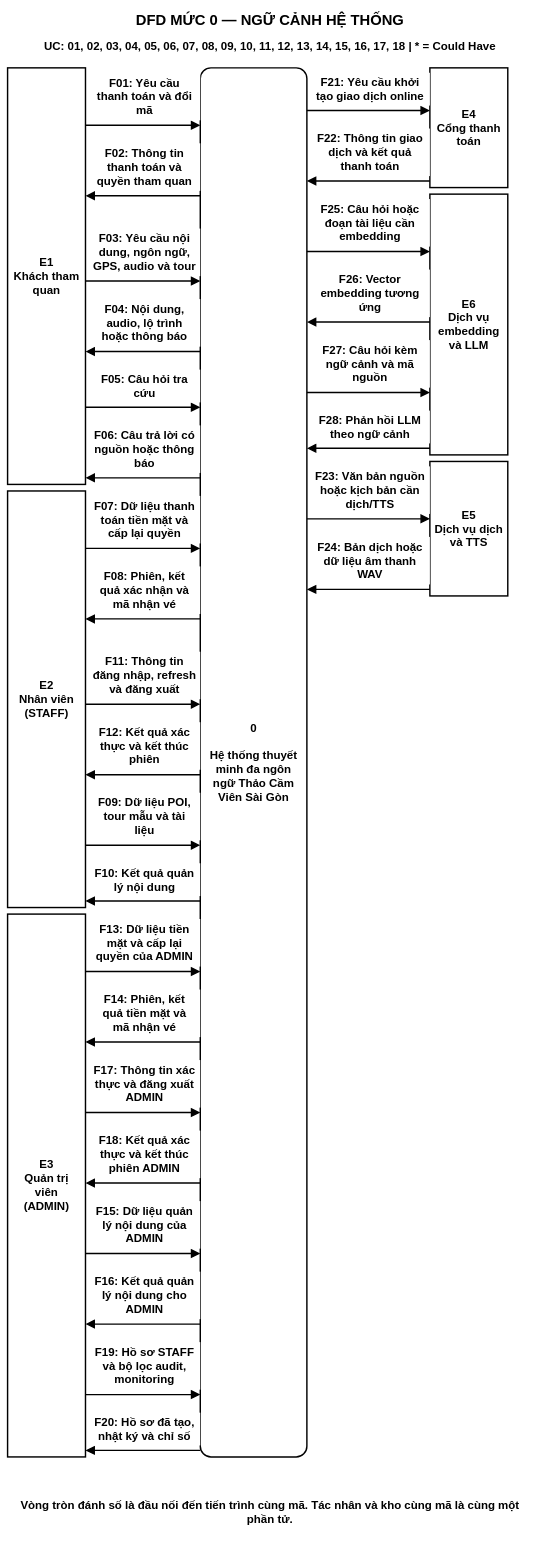
The draw.io diagram docs/diagram/dfd/DFD_Level_0_Context.drawio in Kazuken123/prj_sgu26_cnpm, before the edit. Source tidied: cells renumbered, new cells numbered last; positions are measured from the earlier drawing's top-left corner, leaving out a move shared by most shapes. Both pictures are drawn from the tidied source at 41%, with x=0, y=0 at pixel (7, 7).
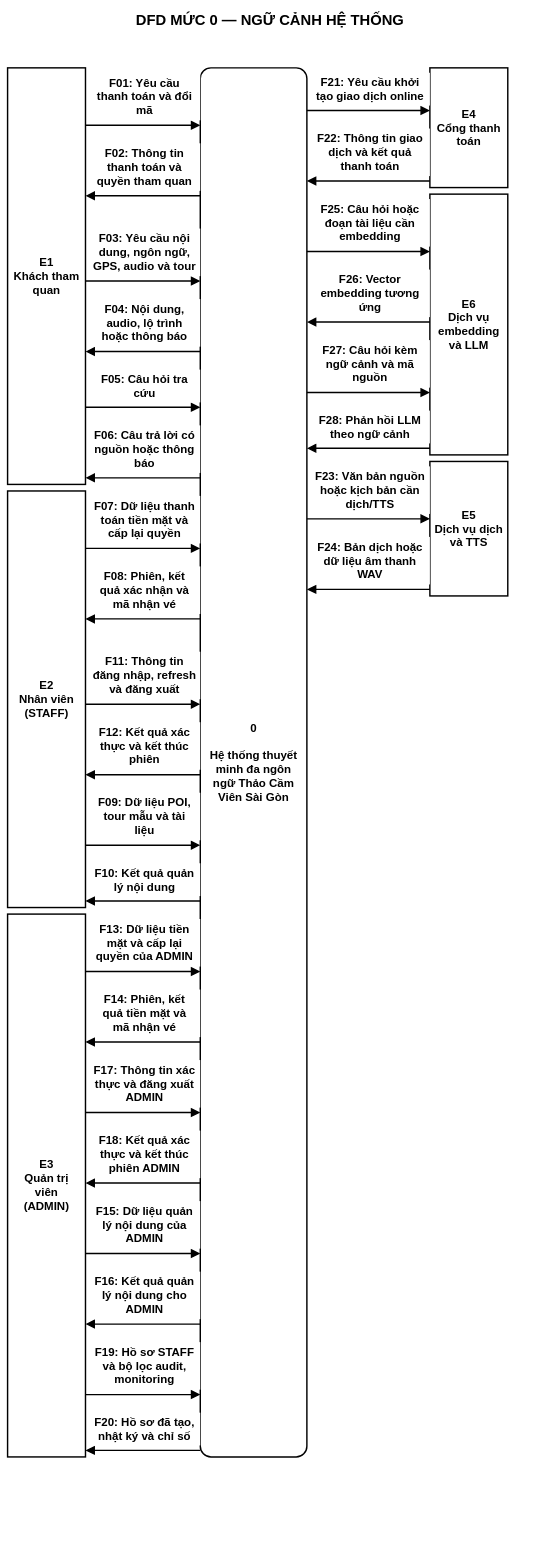
Above is the later version.

Change to the diagram source:
```diff
@@
-    <mxCell id="3" value="UC: 01, 02, 03, 04, 05, 06, 07, 08, 09, 10, 11, 12, 13, 14, 15, 16, 17, 18 | * = Could Have" style="whiteSpace=wrap;html=1;fillColor=#FFFFFF;strokeColor=#000000;strokeWidth=3.5;fontFamily=Arial;fontSize=28;fontStyle=1;align=center;verticalAlign=middle;spacing=8;strokeColor=none;spacing=0;" parent="1" vertex="1">
-      <mxGeometry y="70" width="1280" height="48" as="geometry" />
-    </mxCell>
@@
-    <mxCell id="67" value="Vòng tròn đánh số là đầu nối đến tiến trình cùng mã. Tác nhân và kho cùng mã là cùng một&lt;br/&gt;phần tử." style="whiteSpace=wrap;html=1;fillColor=#FFFFFF;strokeColor=#000000;strokeWidth=3.5;fontFamily=Arial;fontSize=28;fontStyle=1;align=center;verticalAlign=middle;spacing=8;strokeColor=none;spacing=0;" parent="1" vertex="1">
-      <mxGeometry y="3616" width="1280" height="110" as="geometry" />
-    </mxCell>
```
